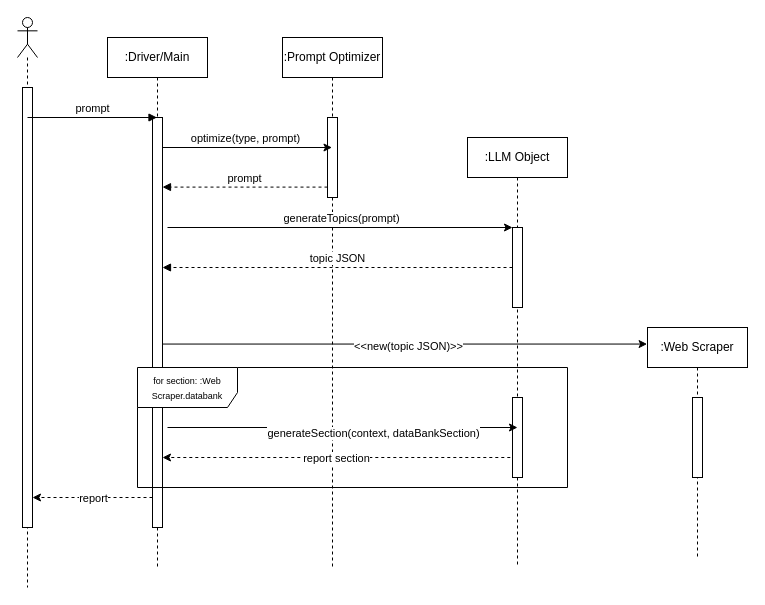
The draw.io diagram InformationFlowSequence.drawio in IshaanTakrani/Raisearch, before the edit. Source tidied: cells renumbered, new cells numbered last; positions are measured from the earlier drawing's top-left corner, leaving out a move shared by most shapes. Both pictures are drawn from the tidied source at 100%, with x=0, y=0 at pixel (17, 17).
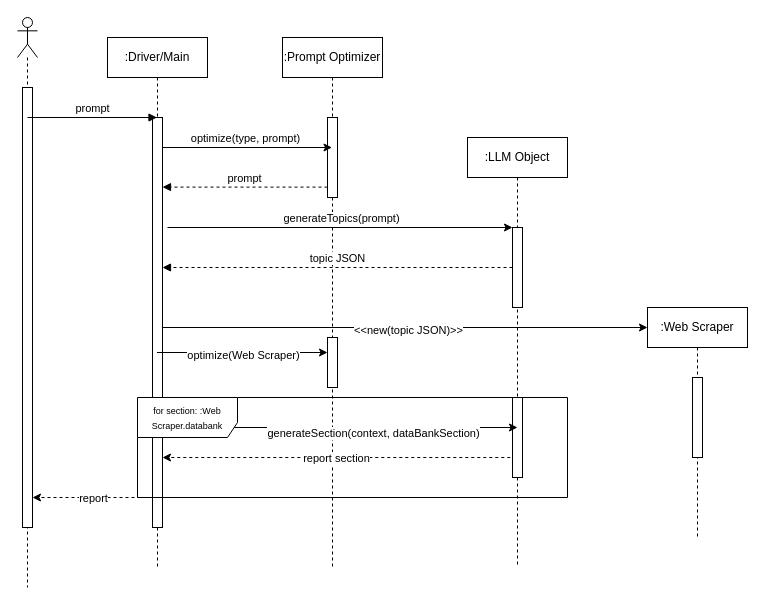
The same page after the edit.

Unchanged cells that the change refers to:
```xml
<mxCell id="9" value=":Prompt Optimizer" style="shape=umlLifeline;perimeter=lifelinePerimeter;whiteSpace=wrap;html=1;newEdgeStyle={&quot;curved&quot;:0,&quot;rounded&quot;:0};" parent="1" vertex="1">
  <mxGeometry x="265" y="20" width="100" height="530" as="geometry" />
</mxCell>
<mxCell id="14" value=":Driver/Main" style="shape=umlLifeline;perimeter=lifelinePerimeter;whiteSpace=wrap;html=1;outlineConnect=0;portConstraint=eastwest;newEdgeStyle={&quot;curved&quot;:0,&quot;rounded&quot;:0};" parent="1" vertex="1">
  <mxGeometry x="90" y="20" width="100" height="530" as="geometry" />
</mxCell>
<mxCell id="15" style="html=1;points=[[0,0,0,0,5],[0,1,0,0,-5],[1,0,0,0,5],[1,1,0,0,-5]];perimeter=orthogonalPerimeter;outlineConnect=0;targetShapes=umlLifeline;portConstraint=eastwest;newEdgeStyle={&quot;curved&quot;:0,&quot;rounded&quot;:0};" parent="14" vertex="1">
  <mxGeometry x="45" y="80" width="10" height="410" as="geometry" />
</mxCell>
```

What changed in the source:
```diff
@@
     <mxCell id="5" value=":Web Scraper" style="shape=umlLifeline;perimeter=lifelinePerimeter;whiteSpace=wrap;html=1;outlineConnect=0;portConstraint=eastwest;newEdgeStyle={&quot;curved&quot;:0,&quot;rounded&quot;:0};" parent="1" vertex="1">
-      <mxGeometry x="630" y="310" width="100" height="230" as="geometry" />
+      <mxGeometry x="630" y="290" width="100" height="230" as="geometry" />
     </mxCell>
@@
+    <mxCell id="29" style="html=1;perimeter=orthogonalPerimeter;targetShapes=umlLifeline;newEdgeStyle={&quot;curved&quot;:0,&quot;rounded&quot;:0};" parent="9" vertex="1">
+      <mxGeometry x="45" y="300" width="10" height="50" as="geometry" />
+    </mxCell>
@@
-    <mxCell id="20" style="endArrow=classic;html=1;rounded=0;entryX=-0.004;entryY=0.072;entryDx=0;entryDy=0;entryPerimeter=0;" parent="1" edge="1" source="15" target="5">
-      <mxGeometry relative="1" as="geometry" />
+    <mxCell id="20" style="endArrow=classic;html=1;rounded=0;entryX=-0.004;entryY=0.072;entryDx=0;entryDy=0;entryPerimeter=0;" parent="1" edge="1">
+      <mxGeometry relative="1" as="geometry">
+        <mxPoint x="145.4" y="310" as="sourcePoint" />
+        <mxPoint x="630" y="310" as="targetPoint" />
+      </mxGeometry>
     </mxCell>
@@
     <mxCell id="28" value="&lt;font style=&quot;font-size: 9px;&quot;&gt;for section: :Web Scraper.databank&lt;br&gt;&lt;/font&gt;" style="shape=umlFrame;whiteSpace=wrap;html=1;width=100;height=40;" parent="1" vertex="1">
-      <mxGeometry x="120" y="350" width="430" height="120" as="geometry" />
+      <mxGeometry x="120" y="380" width="430" height="100" as="geometry" />
     </mxCell>
+    <mxCell id="30" style="endArrow=classic;html=1;rounded=0;" parent="1" edge="1" source="14">
+      <mxGeometry relative="1" as="geometry">
+        <mxPoint x="310" y="335" as="targetPoint" />
+      </mxGeometry>
+    </mxCell>
+    <mxCell id="31" value="optimize(Web Scraper)" style="edgeLabel;html=1;align=center;verticalAlign=middle;" parent="30" vertex="1">
+      <mxGeometry x="0.01" y="-2" relative="1" as="geometry" />
+    </mxCell>
```
